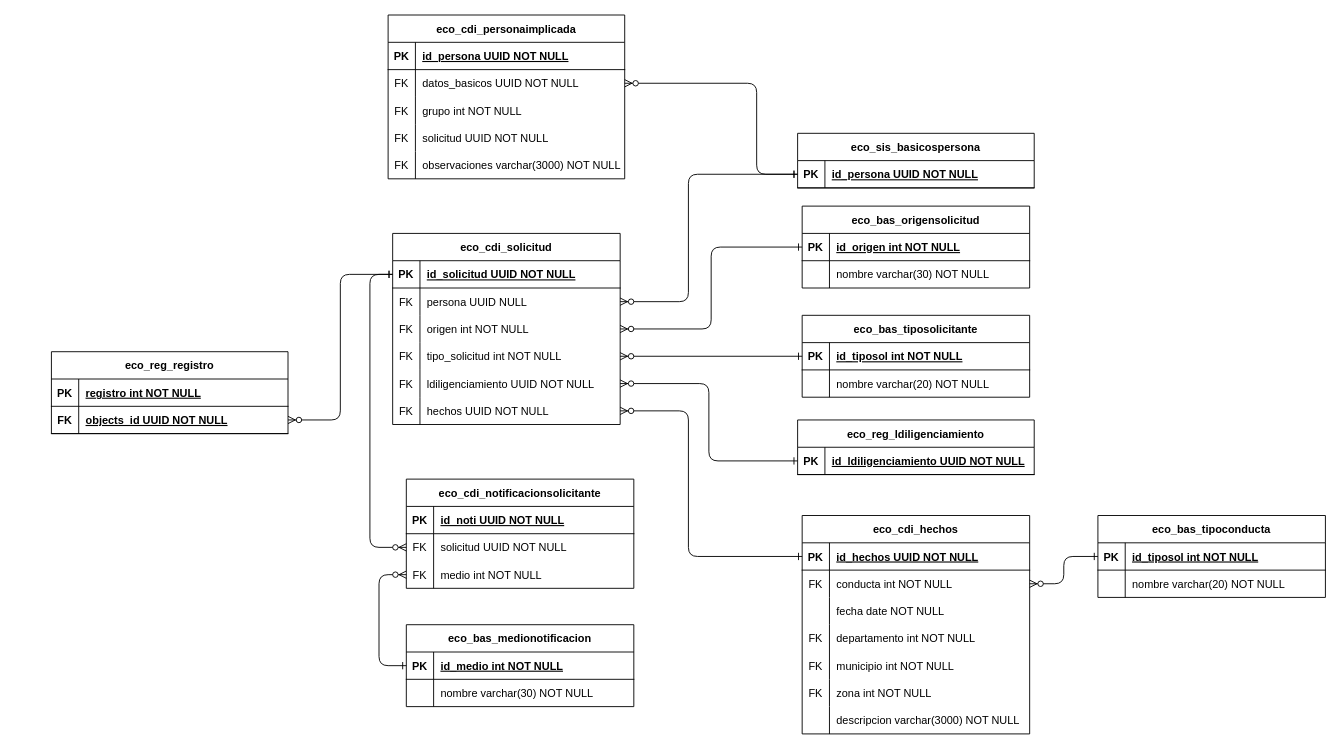
Above: SER/CDI.drawio in HanaPinilla/Diagramas-DB (draw.io), before the change. Source tidied: cells renumbered, new cells numbered last; positions are measured from the earlier drawing's top-left corner, leaving out a move shared by most shapes. Both pictures are drawn from the tidied source at 91%, with x=0, y=0 at pixel (51, 15).
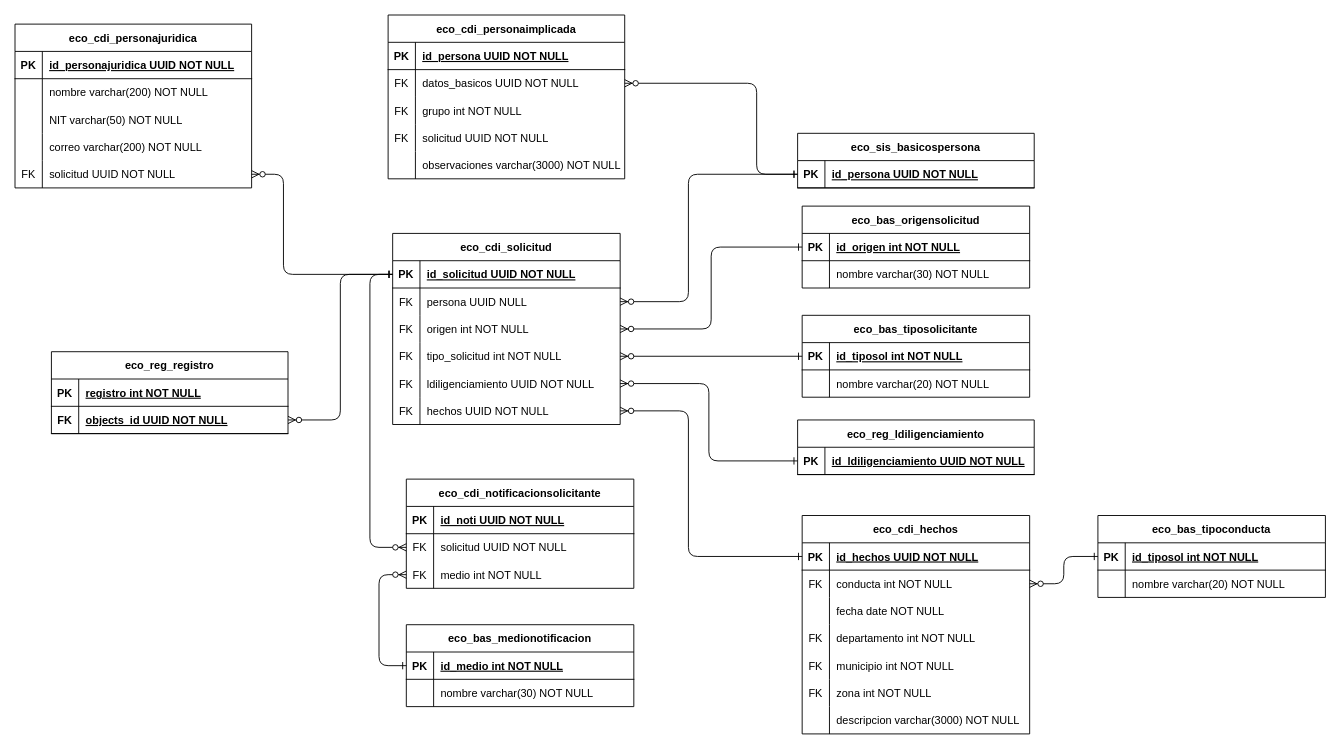
The same page after the edit.

The change refers to these unchanged cells:
```xml
<mxCell id="62" style="shape=partialRectangle;fillColor=none;points=[[0,0.5],[1,0.5]];portConstraint=eastwest;top=0;left=0;right=0;bottom=1;" parent="61" vertex="1">
  <mxGeometry y="30" width="250" height="30" as="geometry" />
</mxCell>
<mxCell id="118" style="shape=partialRectangle;fillColor=none;top=0;left=0;right=0;bottom=0;" parent="105" vertex="1">
  <mxGeometry y="150" width="260" height="30" as="geometry" />
</mxCell>
```

Change to the diagram source:
```diff
@@
-    <mxCell id="119" value="FK" style="shape=partialRectangle;overflow=hidden;fillColor=none;top=0;left=0;bottom=0;right=0;" parent="118" vertex="1">
+    <mxCell id="119" style="shape=partialRectangle;overflow=hidden;fillColor=none;top=0;left=0;bottom=0;right=0;" parent="118" vertex="1">
       <mxGeometry width="30" height="30" as="geometry" />
     </mxCell>
@@
+    <mxCell id="122" value="eco_cdi_personajuridica" style="shape=table;startSize=30;childLayout=tableLayout;rowLines=0;fontStyle=1;align=center;" parent="1" vertex="1">
+      <mxGeometry x="-40" y="10" width="260" height="180" as="geometry" />
+    </mxCell>
+    <mxCell id="123" style="shape=partialRectangle;fillColor=none;top=0;left=0;right=0;bottom=1;" parent="122" vertex="1">
+      <mxGeometry y="30" width="260" height="30" as="geometry" />
+    </mxCell>
+    <mxCell id="124" value="PK" style="shape=partialRectangle;overflow=hidden;fillColor=none;top=0;left=0;bottom=0;right=0;fontStyle=1;" parent="123" vertex="1">
+      <mxGeometry width="30" height="30" as="geometry" />
+    </mxCell>
+    <mxCell id="125" value="id_personajuridica UUID NOT NULL " style="shape=partialRectangle;overflow=hidden;fillColor=none;top=0;left=0;bottom=0;right=0;align=left;spacingLeft=6;fontStyle=5;" parent="123" vertex="1">
+      <mxGeometry x="30" width="230" height="30" as="geometry" />
+    </mxCell>
+    <mxCell id="126" style="shape=partialRectangle;fillColor=none;top=0;left=0;right=0;bottom=0;" parent="122" vertex="1">
+      <mxGeometry y="60" width="260" height="30" as="geometry" />
+    </mxCell>
+    <mxCell id="127" style="shape=partialRectangle;overflow=hidden;fillColor=none;top=0;left=0;bottom=0;right=0;" parent="126" vertex="1">
+      <mxGeometry width="30" height="30" as="geometry" />
+    </mxCell>
+    <mxCell id="128" value="nombre varchar(200) NOT NULL" style="shape=partialRectangle;overflow=hidden;fillColor=none;top=0;left=0;bottom=0;right=0;align=left;spacingLeft=6;" parent="126" vertex="1">
+      <mxGeometry x="30" width="230" height="30" as="geometry" />
+    </mxCell>
+    <mxCell id="129" style="shape=partialRectangle;fillColor=none;top=0;left=0;right=0;bottom=0;" parent="122" vertex="1">
+      <mxGeometry y="90" width="260" height="30" as="geometry" />
+    </mxCell>
+    <mxCell id="130" style="shape=partialRectangle;overflow=hidden;fillColor=none;top=0;left=0;bottom=0;right=0;" parent="129" vertex="1">
+      <mxGeometry width="30" height="30" as="geometry" />
+    </mxCell>
+    <mxCell id="131" value="NIT varchar(50) NOT NULL" style="shape=partialRectangle;overflow=hidden;fillColor=none;top=0;left=0;bottom=0;right=0;align=left;spacingLeft=6;" parent="129" vertex="1">
+      <mxGeometry x="30" width="230" height="30" as="geometry" />
+    </mxCell>
+    <mxCell id="132" style="shape=partialRectangle;fillColor=none;top=0;left=0;right=0;bottom=0;" parent="122" vertex="1">
+      <mxGeometry y="120" width="260" height="30" as="geometry" />
+    </mxCell>
+    <mxCell id="133" style="shape=partialRectangle;overflow=hidden;fillColor=none;top=0;left=0;bottom=0;right=0;" parent="132" vertex="1">
+      <mxGeometry width="30" height="30" as="geometry" />
+    </mxCell>
+    <mxCell id="134" value="correo varchar(200) NOT NULL" style="shape=partialRectangle;overflow=hidden;fillColor=none;top=0;left=0;bottom=0;right=0;align=left;spacingLeft=6;" parent="132" vertex="1">
+      <mxGeometry x="30" width="230" height="30" as="geometry" />
+    </mxCell>
+    <mxCell id="135" style="shape=partialRectangle;fillColor=none;points=[[0,0.5],[1,0.5]];portConstraint=eastwest;top=0;left=0;right=0;bottom=0;" parent="122" vertex="1">
+      <mxGeometry y="150" width="260" height="30" as="geometry" />
+    </mxCell>
+    <mxCell id="136" value="FK" style="shape=partialRectangle;overflow=hidden;fillColor=none;top=0;left=0;bottom=0;right=0;" parent="135" vertex="1">
+      <mxGeometry width="30" height="30" as="geometry" />
+    </mxCell>
+    <mxCell id="137" value="solicitud UUID NOT NULL" style="shape=partialRectangle;overflow=hidden;fillColor=none;top=0;left=0;bottom=0;right=0;align=left;spacingLeft=6;" parent="135" vertex="1">
+      <mxGeometry x="30" width="230" height="30" as="geometry" />
+    </mxCell>
+    <mxCell id="138" style="edgeStyle=orthogonalEdgeStyle;endArrow=ERzeroToMany;startArrow=ERone;endFill=1;startFill=0;" parent="1" edge="1" source="62" target="135">
+      <mxGeometry relative="1" as="geometry">
+        <Array as="points">
+          <mxPoint x="255" y="285" />
+          <mxPoint x="255" y="175" />
+        </Array>
+      </mxGeometry>
+    </mxCell>
```
